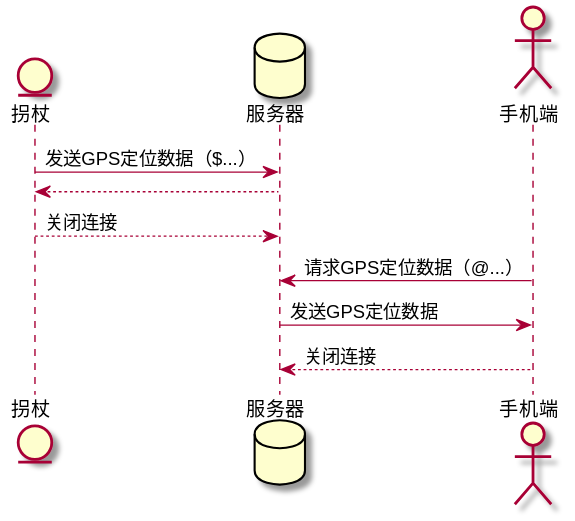
LGH1996/biye keeps this PlantUML diagram as 时序图/shxitu.svg. Above is the earlier version.
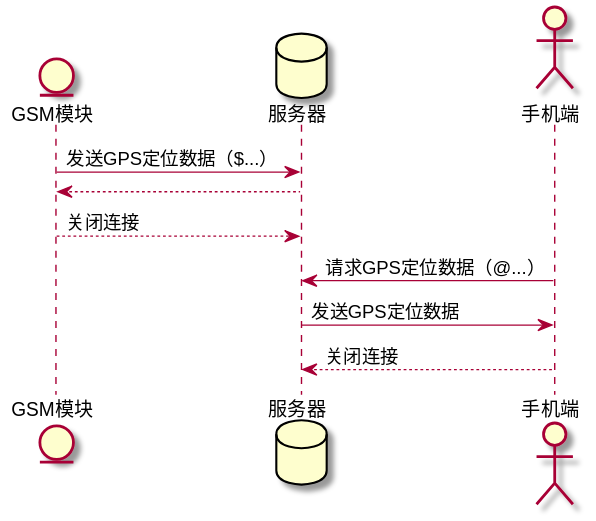
Later version of the same file.

The edit, as a diff of the source:
```diff
@@ -1,5 +1,5 @@
 @startuml shxitu
-entity "拐杖" as e
+entity "GSM模块" as e
 database "服务器" as d
 actor "手机端" as a
 e->d:发送GPS定位数据（$...）
```
